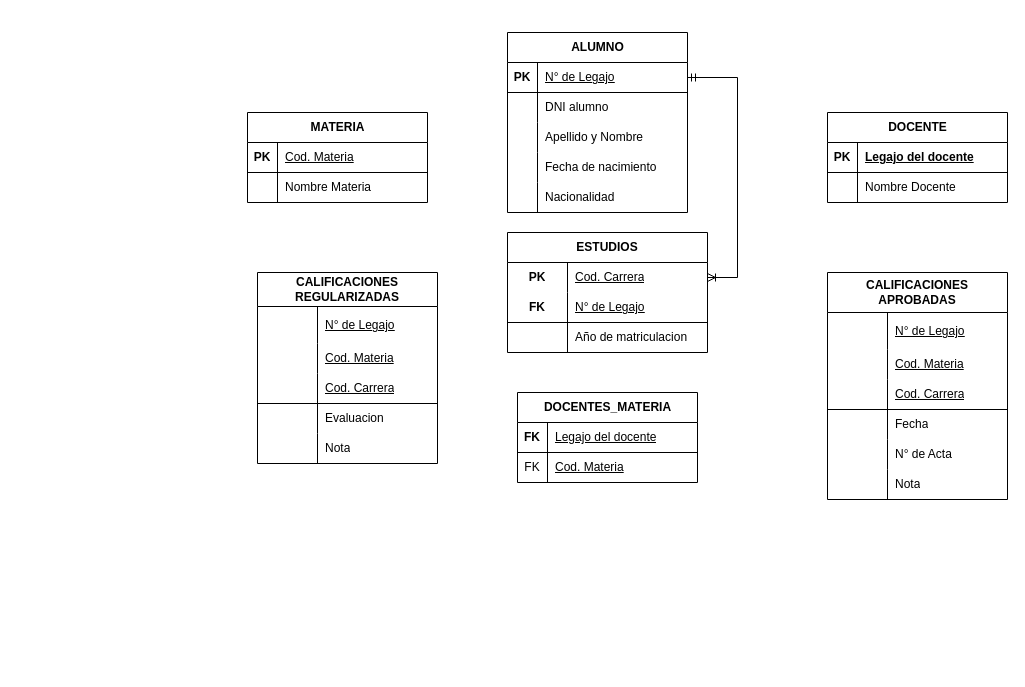
This is page "DER" (3 of 3) of Grupo11_Parcial1.drawio from Ailenmarina/Grupo11, a draw.io file, before an edit. Source tidied: cells renumbered, new cells numbered last; positions are measured from the earlier drawing's top-left corner, leaving out a move shared by most shapes. Both pictures are drawn from the tidied source at 100%, with x=0, y=0 at pixel (17, 32).
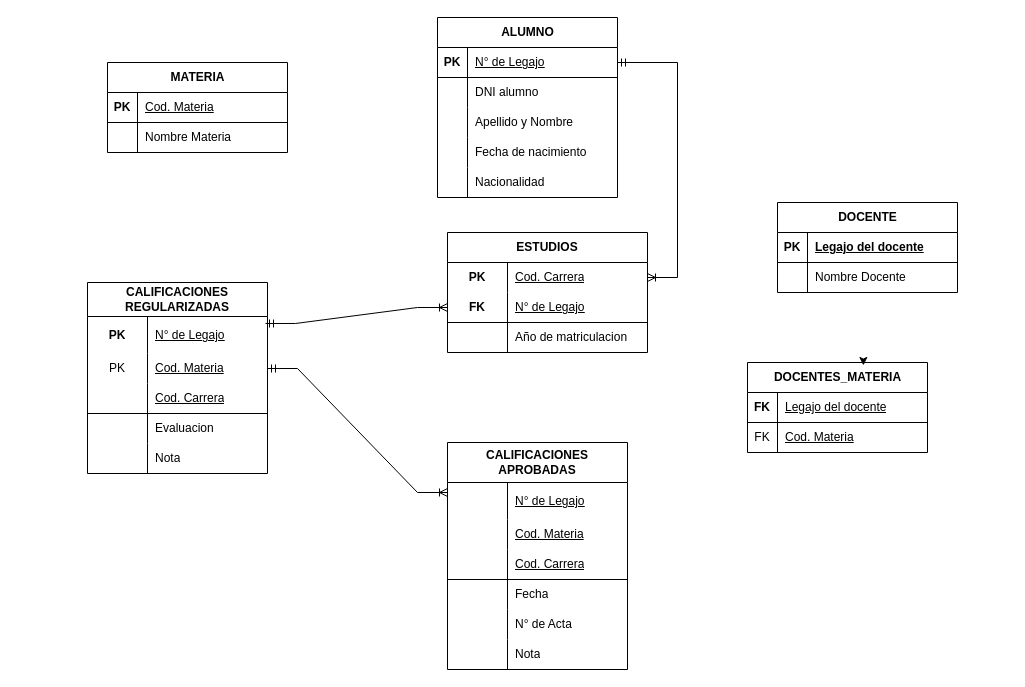
The same page after the edit.

The change refers to these unchanged cells:
```xml
<mxCell id="12" style="shape=tableRow;horizontal=0;startSize=0;swimlaneHead=0;swimlaneBody=0;fillColor=none;points=[[0,0.5],[1,0.5]];portConstraint=eastwest;top=0;left=0;right=0;bottom=0;html=1;" parent="11" vertex="1">
  <mxGeometry y="34" width="180" height="37" as="geometry" />
</mxCell>
<mxCell id="15" style="shape=tableRow;horizontal=0;startSize=0;swimlaneHead=0;swimlaneBody=0;fillColor=none;points=[[0,0.5],[1,0.5]];portConstraint=eastwest;top=0;left=0;right=0;bottom=0;html=1;" parent="11" vertex="1">
  <mxGeometry y="71" width="180" height="30" as="geometry" />
</mxCell>
<mxCell id="28" style="shape=tableRow;horizontal=0;startSize=0;swimlaneHead=0;swimlaneBody=0;fillColor=none;points=[[0,0.5],[1,0.5]];portConstraint=eastwest;top=0;left=0;right=0;bottom=0;html=1;" parent="27" vertex="1">
  <mxGeometry y="40" width="180" height="37" as="geometry" />
</mxCell>
<mxCell id="50" style="shape=tableRow;horizontal=0;startSize=0;swimlaneHead=0;swimlaneBody=0;fillColor=none;points=[[0,0.5],[1,0.5]];portConstraint=eastwest;top=0;left=0;right=0;bottom=1;html=1;" parent="46" vertex="1">
  <mxGeometry y="60" width="200" height="30" as="geometry" />
</mxCell>
```

The edit, as a diff of the source:
```diff
@@
     <mxCell id="2" value="DOCENTE" style="shape=table;startSize=30;childLayout=tableLayout;rowLines=0;fontStyle=1;align=center;html=1;" parent="1" vertex="1">
-      <mxGeometry x="810" y="80" width="180" height="90" as="geometry" />
+      <mxGeometry x="760" y="170" width="180" height="90" as="geometry" />
     </mxCell>
@@
     <mxCell id="11" value="CALIFICACIONES REGULARIZADAS" style="shape=table;startSize=34;childLayout=tableLayout;rowLines=0;fontStyle=1;align=center;html=1;whiteSpace=wrap;" parent="1" vertex="1">
-      <mxGeometry x="240" y="240" width="180" height="191" as="geometry" />
+      <mxGeometry x="70" y="250" width="180" height="191" as="geometry" />
     </mxCell>
@@
-    <mxCell id="13" style="shape=partialRectangle;fillColor=none;top=0;left=0;bottom=0;right=0;fontStyle=1;overflow=hidden;html=1;whiteSpace=wrap;" parent="12" vertex="1">
+    <mxCell id="13" value="PK" style="shape=partialRectangle;fillColor=none;top=0;left=0;bottom=0;right=0;fontStyle=1;overflow=hidden;html=1;whiteSpace=wrap;" parent="12" vertex="1">
       <mxGeometry width="60" height="37" as="geometry" />
     </mxCell>
@@
-    <mxCell id="16" style="shape=partialRectangle;fillColor=none;top=0;left=0;bottom=0;right=0;overflow=hidden;html=1;whiteSpace=wrap;" parent="15" vertex="1">
+    <mxCell id="16" value="PK" style="shape=partialRectangle;fillColor=none;top=0;left=0;bottom=0;right=0;overflow=hidden;html=1;whiteSpace=wrap;" parent="15" vertex="1">
       <mxGeometry width="60" height="30" as="geometry" />
     </mxCell>
@@
     <mxCell id="27" value="CALIFICACIONES APROBADAS" style="shape=table;startSize=40;childLayout=tableLayout;rowLines=0;fontStyle=1;align=center;html=1;whiteSpace=wrap;" parent="1" vertex="1">
-      <mxGeometry x="810" y="240" width="180" height="227" as="geometry" />
+      <mxGeometry x="430" y="410" width="180" height="227" as="geometry" />
     </mxCell>
@@
     <mxCell id="46" value="ESTUDIOS" style="shape=table;startSize=30;childLayout=tableLayout;rowLines=0;fontStyle=1;align=center;html=1;whiteSpace=wrap;" parent="1" vertex="1">
-      <mxGeometry x="490" y="200" width="200" height="120" as="geometry" />
+      <mxGeometry x="430" y="200" width="200" height="120" as="geometry" />
     </mxCell>
@@
     <mxCell id="56" value="ALUMNO" style="shape=table;startSize=30;childLayout=tableLayout;rowLines=0;fontStyle=1;align=center;html=1;" parent="1" vertex="1">
-      <mxGeometry x="490" width="180" height="180" as="geometry" />
+      <mxGeometry x="420" y="-15" width="180" height="180" as="geometry" />
     </mxCell>
@@
     <mxCell id="72" value="MATERIA" style="shape=table;startSize=30;childLayout=tableLayout;rowLines=0;fontStyle=1;align=center;html=1;" parent="1" vertex="1">
-      <mxGeometry x="230" y="80" width="180" height="90" as="geometry" />
+      <mxGeometry x="90" y="30" width="180" height="90" as="geometry" />
     </mxCell>
@@
     <mxCell id="80" value="DOCENTES_MATERIA" style="shape=table;startSize=30;childLayout=tableLayout;rowLines=0;fontStyle=1;align=center;html=1;" parent="1" vertex="1">
-      <mxGeometry x="500" y="360" width="180" height="90" as="geometry" />
+      <mxGeometry x="730" y="330" width="180" height="90" as="geometry" />
     </mxCell>
@@
+    <mxCell id="87" style="edgeStyle=entityRelationEdgeStyle;fontSize=12;html=1;endArrow=ERoneToMany;startArrow=ERmandOne;rounded=0;exitX=0.989;exitY=0.189;exitDx=0;exitDy=0;exitPerimeter=0;" parent="1" edge="1" source="12" target="50">
+      <mxGeometry relative="1" as="geometry">
+        <Array as="points">
+          <mxPoint x="460" y="330" />
+          <mxPoint x="400" y="320" />
+        </Array>
+      </mxGeometry>
+    </mxCell>
+    <mxCell id="88" style="edgeStyle=orthogonalEdgeStyle;rounded=0;orthogonalLoop=1;jettySize=auto;html=1;exitX=0.5;exitY=0;exitDx=0;exitDy=0;entryX=0.644;entryY=0.033;entryDx=0;entryDy=0;entryPerimeter=0;" parent="1" edge="1" source="80" target="80">
+      <mxGeometry relative="1" as="geometry" />
+    </mxCell>
+    <mxCell id="89" style="edgeStyle=entityRelationEdgeStyle;fontSize=12;html=1;endArrow=ERoneToMany;startArrow=ERmandOne;rounded=0;exitX=1;exitY=0.5;exitDx=0;exitDy=0;entryX=0;entryY=0.27;entryDx=0;entryDy=0;entryPerimeter=0;" parent="1" edge="1" source="15" target="28">
+      <mxGeometry relative="1" as="geometry">
+        <Array as="points">
+          <mxPoint x="580" y="360" />
+        </Array>
+      </mxGeometry>
+    </mxCell>
```
